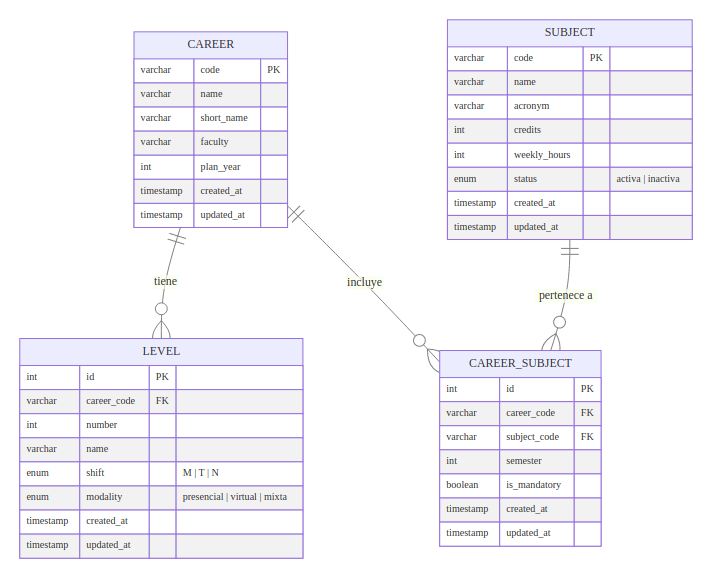
The Mermaid diagram images/diagrams/er_part1_estructura_academica.png in smith-3/Taller-Grado-II, before a commit. Its source is kept beside it as images/diagrams/er_part1_estructura_academica.mmd.
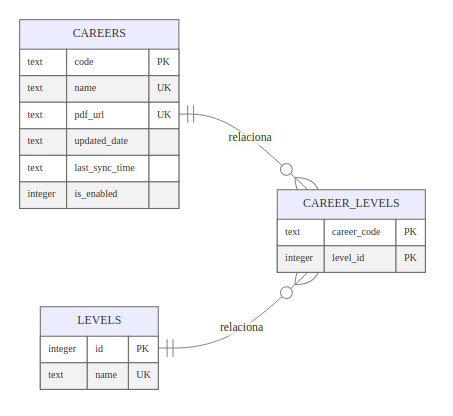
After the commit.

Diff of the diagram source:
```diff
@@ -2,58 +2,34 @@
   "theme": "default",
   "themeVariables": {
     "fontFamily": "Helvetica, Arial, sans-serif",
-    "fontSize": "18px"
+    "fontSize": "24px"
   },
   "er": {
-    "layoutDirection": "TB",
-    "entityPadding": 20,
+    "layoutDirection": "LR",
+    "entityPadding": 24,
     "useMaxWidth": true
   }
 }}%%
 
 erDiagram
-    CAREER {
-        varchar code PK
-        varchar name
-        varchar short_name
-        varchar faculty
-        int plan_year
-        timestamp created_at
-        timestamp updated_at
+    CAREERS {
+        text code PK
+        text name UK
+        text pdf_url UK
+        text updated_date
+        text last_sync_time
+        integer is_enabled
     }
 
-    LEVEL {
-        int id PK
-        varchar career_code FK
-        int number
-        varchar name
-        enum shift "M | T | N"
-        enum modality "presencial | virtual | mixta"
-        timestamp created_at
-        timestamp updated_at
+    LEVELS {
+        integer id PK
+        text name UK
     }
 
-    SUBJECT {
-        varchar code PK
-        varchar name
-        varchar acronym
-        int credits
-        int weekly_hours
-        enum status "activa | inactiva"
-        timestamp created_at
-        timestamp updated_at
+    CAREER_LEVELS {
+        text career_code PK
+        integer level_id PK
     }
 
-    CAREER_SUBJECT {
-        int id PK
-        varchar career_code FK
-        varchar subject_code FK
-        int semester
-        boolean is_mandatory
-        timestamp created_at
-        timestamp updated_at
-    }
-
-    CAREER ||--o{ LEVEL : "tiene"
-    CAREER ||--o{ CAREER_SUBJECT : "incluye"
-    SUBJECT ||--o{ CAREER_SUBJECT : "pertenece a"
+    CAREERS ||--o{ CAREER_LEVELS : relaciona
+    LEVELS ||--o{ CAREER_LEVELS : relaciona
```
